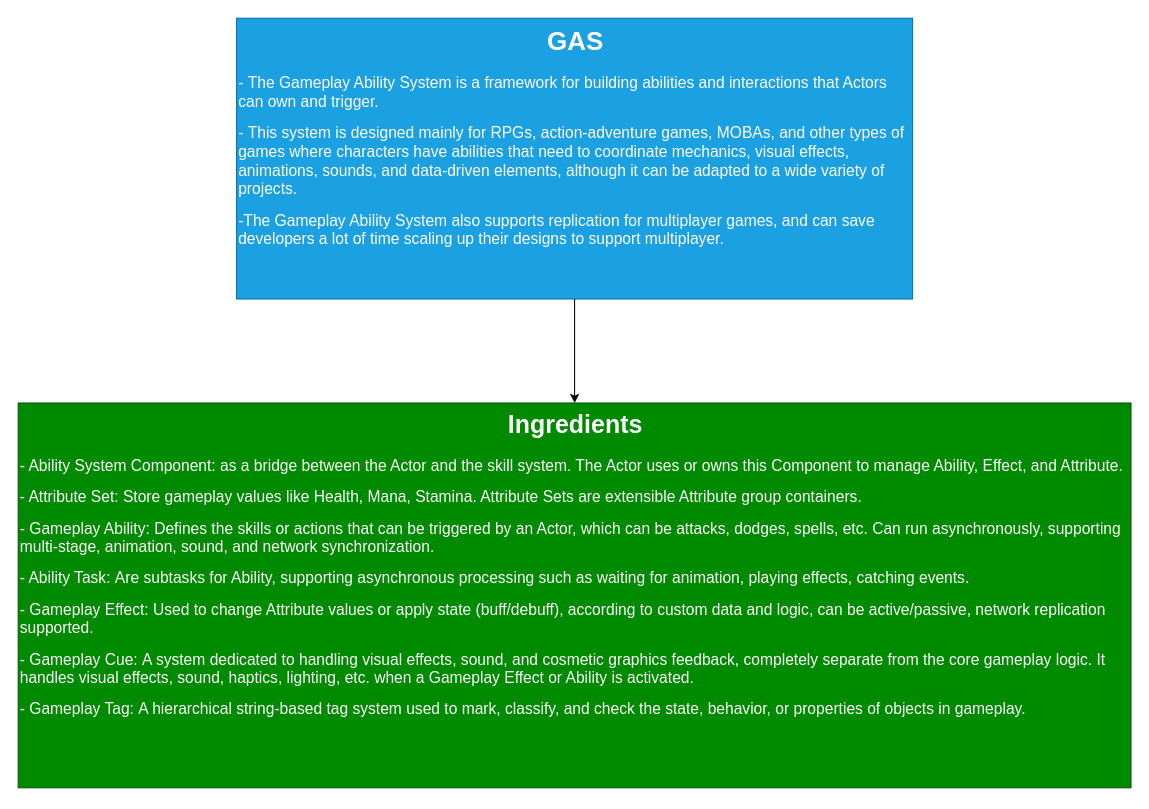
Earlier version of the draw.io diagram page "Definition GAS" (1 of 2) of GAS flow.drawio (HungBuii/L-GAS). Source tidied: cells renumbered, new cells numbered last; positions are measured from the earlier drawing's top-left corner, leaving out a move shared by most shapes. Both pictures are drawn from the tidied source at 104%, with x=0, y=0 at pixel (18, 18).
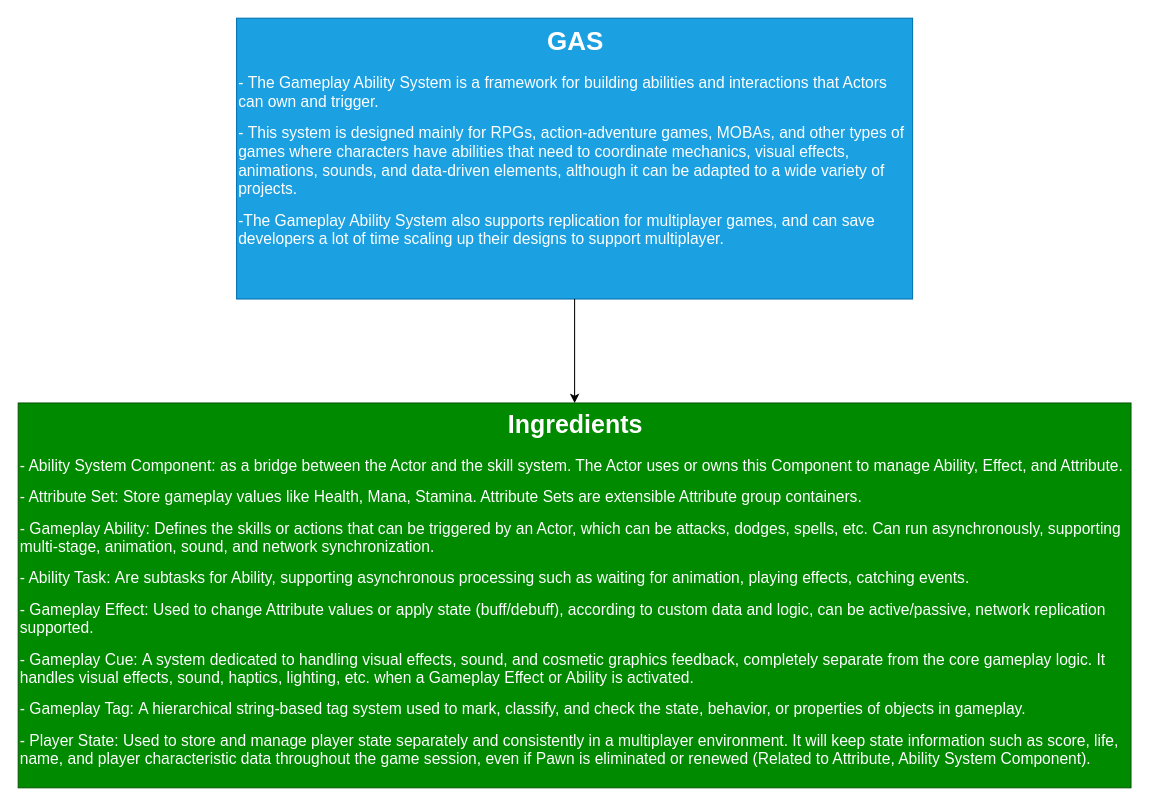
Above is the later version.

Change to the diagram source:
```diff
@@
 <mxGraphModel>
   <root>
     <mxCell id="0" />
     <mxCell id="1" parent="0" />
     <mxCell id="2" value="&lt;h1 style=&quot;text-align: center; margin-top: 0px;&quot;&gt;&lt;font style=&quot;font-size: 25px;&quot;&gt;GAS&lt;/font&gt;&lt;/h1&gt;&lt;p&gt;&lt;font style=&quot;font-size: 15px;&quot;&gt;-&amp;nbsp;The Gameplay Ability System is a framework for building abilities and interactions that Actors can own and trigger.&amp;nbsp;&lt;/font&gt;&lt;/p&gt;&lt;p&gt;&lt;font style=&quot;font-size: 15px;&quot;&gt;-&amp;nbsp;This system is designed mainly for RPGs, action-adventure games, MOBAs, and other types of games where characters have abilities that need to coordinate mechanics, visual effects, animations, sounds, and data-driven elements, although it can be adapted to a wide variety of projects.&amp;nbsp;&lt;/font&gt;&lt;/p&gt;&lt;p&gt;&lt;font style=&quot;font-size: 15px;&quot;&gt;-The Gameplay Ability System also supports replication for multiplayer games, and can save developers a lot of time scaling up their designs to support multiplayer.&lt;/font&gt;&lt;/p&gt;&lt;p&gt;&lt;br&gt;&lt;/p&gt;" style="text;html=1;whiteSpace=wrap;overflow=hidden;rounded=0;fillColor=light-dark(#1BA1E2,#66FFFF);fontColor=#ffffff;strokeColor=#006EAF;" parent="1" vertex="1">
       <mxGeometry x="210" width="650" height="270" as="geometry" />
     </mxCell>
-    <mxCell id="3" value="&lt;h1 style=&quot;text-align: center; margin-top: 0px;&quot;&gt;Ingredients&lt;/h1&gt;&lt;p&gt;&lt;font style=&quot;font-size: 15px;&quot;&gt;- Ability System Component:&amp;nbsp;as a bridge between the Actor and the skill system. The Actor uses or owns this Component to manage Ability, Effect, and Attribute.&lt;/font&gt;&lt;/p&gt;&lt;p&gt;&lt;font style=&quot;font-size: 15px;&quot;&gt;- Attribute Set:&amp;nbsp;Store gameplay values like Health, Mana, Stamina. Attribute Sets are extensible Attribute group containers.&lt;/font&gt;&lt;/p&gt;&lt;p&gt;&lt;font style=&quot;font-size: 15px;&quot;&gt;- Gameplay Ability:&amp;nbsp;Defines the skills or actions that can be triggered by an Actor, which can be attacks, dodges, spells, etc. Can run asynchronously, supporting multi-stage, animation, sound, and network synchronization.&lt;/font&gt;&lt;/p&gt;&lt;p&gt;&lt;font style=&quot;font-size: 15px;&quot;&gt;- Ability Task:&amp;nbsp;Are subtasks for Ability, supporting asynchronous processing such as waiting for animation, playing effects, catching events.&lt;/font&gt;&lt;/p&gt;&lt;p&gt;&lt;font style=&quot;font-size: 15px;&quot;&gt;- Gameplay Effect:&amp;nbsp;Used to change Attribute values or apply state (buff/debuff), according to custom data and logic, can be active/passive, network replication supported.&lt;/font&gt;&lt;/p&gt;&lt;p&gt;&lt;font style=&quot;font-size: 15px;&quot;&gt;- Gameplay Cue:&amp;nbsp;A system dedicated to handling visual effects, sound, and cosmetic graphics feedback, completely separate from the core gameplay logic. It handles visual effects, sound, haptics, lighting, etc. when a Gameplay Effect or Ability is activated.&lt;/font&gt;&lt;/p&gt;&lt;p&gt;&lt;font style=&quot;font-size: 15px;&quot;&gt;- Gameplay Tag:&amp;nbsp;A hierarchical string-based tag system used to mark, classify, and check the state, behavior, or properties of objects in gameplay.&lt;/font&gt;&lt;/p&gt;" style="text;html=1;whiteSpace=wrap;overflow=hidden;rounded=0;fillColor=light-dark(#008A00,#00FF00);fontColor=#ffffff;strokeColor=#005700;" parent="1" vertex="1">
+    <mxCell id="3" value="&lt;h1 style=&quot;text-align: center; margin-top: 0px;&quot;&gt;Ingredients&lt;/h1&gt;&lt;p&gt;&lt;font style=&quot;font-size: 15px;&quot;&gt;- Ability System Component:&amp;nbsp;as a bridge between the Actor and the skill system. The Actor uses or owns this Component to manage Ability, Effect, and Attribute.&lt;/font&gt;&lt;/p&gt;&lt;p&gt;&lt;font style=&quot;font-size: 15px;&quot;&gt;- Attribute Set:&amp;nbsp;Store gameplay values like Health, Mana, Stamina. Attribute Sets are extensible Attribute group containers.&lt;/font&gt;&lt;/p&gt;&lt;p&gt;&lt;font style=&quot;font-size: 15px;&quot;&gt;- Gameplay Ability:&amp;nbsp;Defines the skills or actions that can be triggered by an Actor, which can be attacks, dodges, spells, etc. Can run asynchronously, supporting multi-stage, animation, sound, and network synchronization.&lt;/font&gt;&lt;/p&gt;&lt;p&gt;&lt;font style=&quot;font-size: 15px;&quot;&gt;- Ability Task:&amp;nbsp;Are subtasks for Ability, supporting asynchronous processing such as waiting for animation, playing effects, catching events.&lt;/font&gt;&lt;/p&gt;&lt;p&gt;&lt;font style=&quot;font-size: 15px;&quot;&gt;- Gameplay Effect:&amp;nbsp;Used to change Attribute values or apply state (buff/debuff), according to custom data and logic, can be active/passive, network replication supported.&lt;/font&gt;&lt;/p&gt;&lt;p&gt;&lt;font style=&quot;font-size: 15px;&quot;&gt;- Gameplay Cue:&amp;nbsp;A system dedicated to handling visual effects, sound, and cosmetic graphics feedback, completely separate from the core gameplay logic. It handles visual effects, sound, haptics, lighting, etc. when a Gameplay Effect or Ability is activated.&lt;/font&gt;&lt;/p&gt;&lt;p&gt;&lt;font style=&quot;font-size: 15px;&quot;&gt;- Gameplay Tag:&amp;nbsp;A hierarchical string-based tag system used to mark, classify, and check the state, behavior, or properties of objects in gameplay.&lt;/font&gt;&lt;/p&gt;&lt;p&gt;&lt;font style=&quot;font-size: 15px;&quot;&gt;- Player State:&amp;nbsp;Used to store and manage player state separately and consistently in a multiplayer environment. It will keep state information such as score, life, name, and player characteristic data throughout the game session, even if Pawn is eliminated or renewed (Related to Attribute, Ability System Component).&lt;/font&gt;&lt;/p&gt;" style="text;html=1;whiteSpace=wrap;overflow=hidden;rounded=0;fillColor=light-dark(#008A00,#00FF00);fontColor=#ffffff;strokeColor=#005700;" parent="1" vertex="1">
       <mxGeometry y="370" width="1070" height="370" as="geometry" />
     </mxCell>
     <mxCell id="4" style="endArrow=classic;html=1;rounded=0;exitX=0.5;exitY=1;exitDx=0;exitDy=0;entryX=0.5;entryY=0;entryDx=0;entryDy=0;" parent="1" edge="1" source="2" target="3">
       <mxGeometry relative="1" as="geometry" />
     </mxCell>
   </root>
 </mxGraphModel>
```
